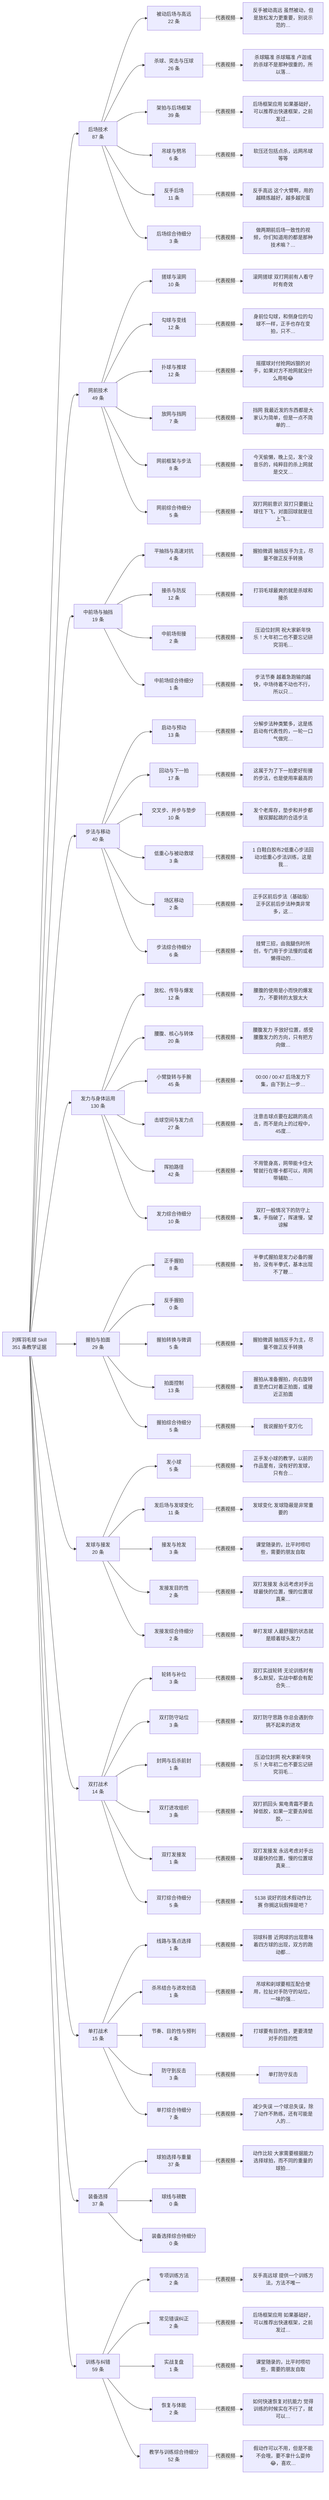
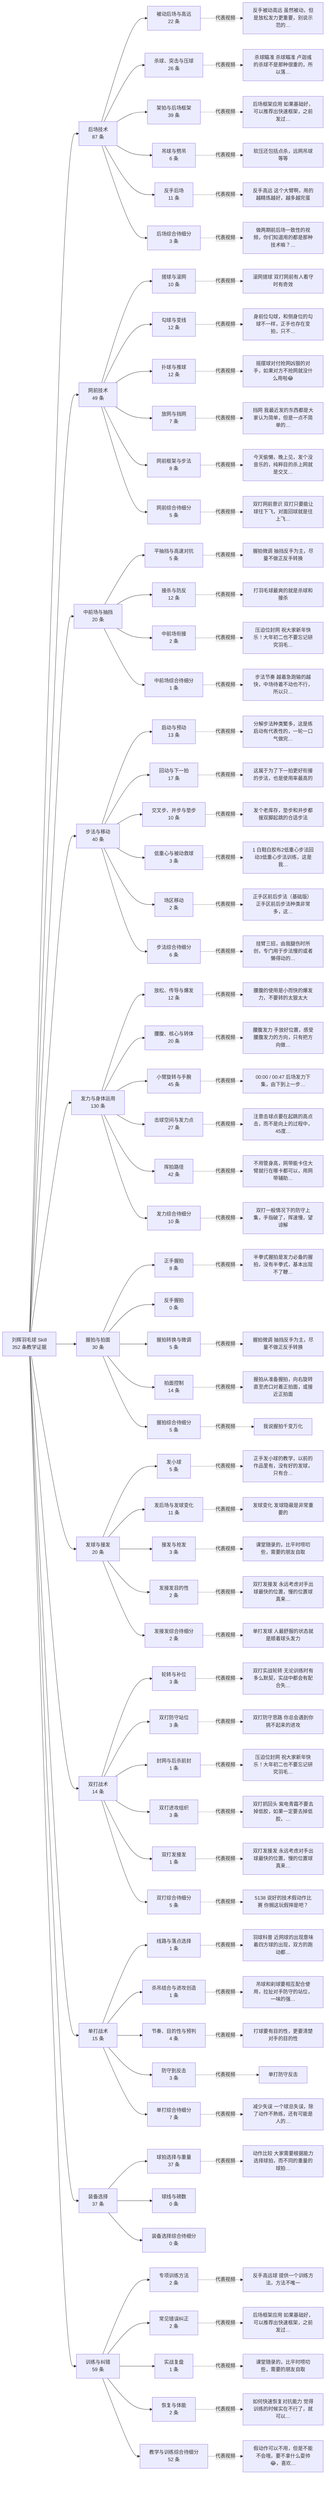
flowchart LR
-   root["刘辉羽毛球 Skill<br/>351 条教学证据"]
+   root["刘辉羽毛球 Skill<br/>352 条教学证据"]
  c0["后场技术<br/>87 条"]
  root --> c0
  s0_0["被动后场与高远<br/>22 条"]
  c0 --> s0_0
  v0_0["反手被动高远 虽然被动，但是放松发力更重要，别说示范的…"]
  s0_0 -.代表视频.-> v0_0
  s0_1["杀球、突击与压球<br/>26 条"]
  c0 --> s0_1
  v0_1["杀球瞄准 杀球瞄准 卢迦彧的杀球不是那种很重的，所以落…"]
  s0_1 -.代表视频.-> v0_1
  s0_2["架拍与后场框架<br/>39 条"]
  c0 --> s0_2
  v0_2["后场框架应用 如果基础好，可以推荐出快速框架，之前发过…"]
  s0_2 -.代表视频.-> v0_2
  s0_3["吊球与劈吊<br/>6 条"]
  c0 --> s0_3
  v0_3["软压还包括点杀，远网吊球等等"]
  s0_3 -.代表视频.-> v0_3
  s0_4["反手后场<br/>11 条"]
  c0 --> s0_4
  v0_4["反手高远 这个大臂啊，用的越精炼越好，越多越完蛋"]
  s0_4 -.代表视频.-> v0_4
  s0_5["后场综合待细分<br/>3 条"]
  c0 --> s0_5
  v0_5["做两期前后场一致性的视频，你们知道用的都是那种技术嘛？…"]
  s0_5 -.代表视频.-> v0_5
  c1["网前技术<br/>49 条"]
  root --> c1
  s1_0["搓球与滚网<br/>10 条"]
  c1 --> s1_0
  v1_0["滚网搓球 双打网前有人看守时有奇效"]
  s1_0 -.代表视频.-> v1_0
  s1_1["勾球与变线<br/>12 条"]
  c1 --> s1_1
  v1_1["身前位勾球，和侧身位的勾球不一样，正手也存在变拍，只不…"]
  s1_1 -.代表视频.-> v1_1
  s1_2["扑球与推球<br/>12 条"]
  c1 --> s1_2
  v1_2["摇摆球对付抢网凶狠的对手，如果对方不抢网就没什么用啦😂"]
  s1_2 -.代表视频.-> v1_2
  s1_3["放网与挡网<br/>7 条"]
  c1 --> s1_3
  v1_3["挡网 我最近发的东西都是大家认为简单，但是一点不简单的…"]
  s1_3 -.代表视频.-> v1_3
  s1_4["网前框架与步法<br/>8 条"]
  c1 --> s1_4
  v1_4["今天偷懒，晚上见，发个没音乐的，纯粹目的杀上网就是交叉…"]
  s1_4 -.代表视频.-> v1_4
  s1_5["网前综合待细分<br/>5 条"]
  c1 --> s1_5
  v1_5["双打网前意识 双打只要能让球往下飞，对面回球就是往上飞…"]
  s1_5 -.代表视频.-> v1_5
-   c2["中前场与抽挡<br/>19 条"]
+   c2["中前场与抽挡<br/>20 条"]
  root --> c2
-   s2_0["平抽挡与高速对抗<br/>4 条"]
+   s2_0["平抽挡与高速对抗<br/>5 条"]
  c2 --> s2_0
  v2_0["握拍微调 抽挡反手为主，尽量不做正反手转换"]
  s2_0 -.代表视频.-> v2_0
  s2_1["接杀与防反<br/>12 条"]
  c2 --> s2_1
  v2_1["打羽毛球最爽的就是杀球和接杀"]
  s2_1 -.代表视频.-> v2_1
  s2_2["中前场衔接<br/>2 条"]
  c2 --> s2_2
  v2_2["压迫位封网 祝大家新年快乐！大年初二也不要忘记研究羽毛…"]
  s2_2 -.代表视频.-> v2_2
  s2_3["中前场综合待细分<br/>1 条"]
  c2 --> s2_3
  v2_3["步法节奏 越着急跑输的越快，中场待着不动也不行，所以只…"]
  s2_3 -.代表视频.-> v2_3
  c3["步法与移动<br/>40 条"]
  root --> c3
  s3_0["启动与预动<br/>13 条"]
  c3 --> s3_0
  v3_0["分解步法种类繁多，这是练启动有代表性的，一轮一口气做完…"]
  s3_0 -.代表视频.-> v3_0
  s3_1["回动与下一拍<br/>17 条"]
  c3 --> s3_1
  v3_1["这属于为了下一拍更好衔接的步法，也是使用率最高的"]
  s3_1 -.代表视频.-> v3_1
  s3_2["交叉步、并步与垫步<br/>10 条"]
  c3 --> s3_2
  v3_2["发个老库存，垫步和并步都接双脚起跳的合适步法"]
  s3_2 -.代表视频.-> v3_2
  s3_3["低重心与被动救球<br/>3 条"]
  c3 --> s3_3
  v3_3["1 白鞋白胶布2低重心步法回动3低重心步法训练，这是我…"]
  s3_3 -.代表视频.-> v3_3
  s3_4["场区移动<br/>2 条"]
  c3 --> s3_4
  v3_4["正手区前后步法（基础版） 正手区前后步法种类非常多，这…"]
  s3_4 -.代表视频.-> v3_4
  s3_5["步法综合待细分<br/>6 条"]
  c3 --> s3_5
  v3_5["挂臂三招，由我腿伤时所创，专门用于步法慢的或者懒得动的…"]
  s3_5 -.代表视频.-> v3_5
  c4["发力与身体运用<br/>130 条"]
  root --> c4
  s4_0["放松、传导与爆发<br/>12 条"]
  c4 --> s4_0
  v4_0["腰腹的使用是小而快的爆发力，不要转的太狠太大"]
  s4_0 -.代表视频.-> v4_0
  s4_1["腰腹、核心与转体<br/>20 条"]
  c4 --> s4_1
  v4_1["腰腹发力 手放好位置，感受腰腹发力的方向，只有把方向做…"]
  s4_1 -.代表视频.-> v4_1
  s4_2["小臂旋转与手腕<br/>45 条"]
  c4 --> s4_2
  v4_2["00:00 / 00:47 后场发力下集，由下到上一步…"]
  s4_2 -.代表视频.-> v4_2
  s4_3["击球空间与发力点<br/>27 条"]
  c4 --> s4_3
  v4_3["注意击球点要在起跳的高点击，而不是向上的过程中，45度…"]
  s4_3 -.代表视频.-> v4_3
  s4_4["挥拍路径<br/>42 条"]
  c4 --> s4_4
  v4_4["不用管身高，网带能卡住大臂就行在哪卡都可以，用网带辅助…"]
  s4_4 -.代表视频.-> v4_4
  s4_5["发力综合待细分<br/>10 条"]
  c4 --> s4_5
  v4_5["双打一般情况下的防守上集，手指破了，挥速慢，望谅解"]
  s4_5 -.代表视频.-> v4_5
-   c5["握拍与拍面<br/>29 条"]
+   c5["握拍与拍面<br/>30 条"]
  root --> c5
  s5_0["正手握拍<br/>8 条"]
  c5 --> s5_0
  v5_0["半拳式握拍是发力必备的握拍，没有半拳式，基本出现不了鞭…"]
  s5_0 -.代表视频.-> v5_0
  s5_1["反手握拍<br/>0 条"]
  c5 --> s5_1
  s5_2["握拍转换与微调<br/>5 条"]
  c5 --> s5_2
  v5_2["握拍微调 抽挡反手为主，尽量不做正反手转换"]
  s5_2 -.代表视频.-> v5_2
-   s5_3["拍面控制<br/>13 条"]
+   s5_3["拍面控制<br/>14 条"]
  c5 --> s5_3
  v5_3["握拍从准备握拍，向右旋转直至虎口对着正拍面，或接近正拍面"]
  s5_3 -.代表视频.-> v5_3
  s5_4["握拍综合待细分<br/>5 条"]
  c5 --> s5_4
  v5_4["我说握拍千变万化"]
  s5_4 -.代表视频.-> v5_4
  c6["发球与接发<br/>20 条"]
  root --> c6
  s6_0["发小球<br/>5 条"]
  c6 --> s6_0
  v6_0["正手发小球的教学，以前的作品里有，没有好的发球，只有合…"]
  s6_0 -.代表视频.-> v6_0
  s6_1["发后场与发球变化<br/>11 条"]
  c6 --> s6_1
  v6_1["发球变化 发球隐蔽是非常重要的"]
  s6_1 -.代表视频.-> v6_1
  s6_2["接发与抢发<br/>3 条"]
  c6 --> s6_2
  v6_2["课堂随录的，比平时唠叨些，需要的朋友自取"]
  s6_2 -.代表视频.-> v6_2
  s6_3["发接发目的性<br/>2 条"]
  c6 --> s6_3
  v6_3["双打发接发 永远考虑对手出球最快的位置，慢的位置球真来…"]
  s6_3 -.代表视频.-> v6_3
  s6_4["发接发综合待细分<br/>2 条"]
  c6 --> s6_4
  v6_4["单打发球 人最舒服的状态就是顺着球头发力"]
  s6_4 -.代表视频.-> v6_4
  c7["双打战术<br/>14 条"]
  root --> c7
  s7_0["轮转与补位<br/>3 条"]
  c7 --> s7_0
  v7_0["双打实战轮转 无论训练时有多么默契，实战中都会有配合失…"]
  s7_0 -.代表视频.-> v7_0
  s7_1["双打防守站位<br/>3 条"]
  c7 --> s7_1
  v7_1["双打防守思路 你总会遇到你挑不起来的进攻"]
  s7_1 -.代表视频.-> v7_1
  s7_2["封网与后杀前封<br/>1 条"]
  c7 --> s7_2
  v7_2["压迫位封网 祝大家新年快乐！大年初二也不要忘记研究羽毛…"]
  s7_2 -.代表视频.-> v7_2
  s7_3["双打进攻组织<br/>3 条"]
  c7 --> s7_3
  v7_3["双打抓回头 紫电青霜不要去掉低胶，如果一定要去掉低胶，…"]
  s7_3 -.代表视频.-> v7_3
  s7_4["双打发接发<br/>1 条"]
  c7 --> s7_4
  v7_4["双打发接发 永远考虑对手出球最快的位置，慢的位置球真来…"]
  s7_4 -.代表视频.-> v7_4
  s7_5["双打综合待细分<br/>5 条"]
  c7 --> s7_5
  v7_5["5138 说好的技术假动作比赛 你搁这玩假摔是吧？"]
  s7_5 -.代表视频.-> v7_5
  c8["单打战术<br/>15 条"]
  root --> c8
  s8_0["线路与落点选择<br/>1 条"]
  c8 --> s8_0
  v8_0["羽球科普 近网球的出现意味着四方球的出现，双方的跑动都…"]
  s8_0 -.代表视频.-> v8_0
  s8_1["杀吊结合与进攻创造<br/>1 条"]
  c8 --> s8_1
  v8_1["吊球和刹球要相互配合使用，拉扯对手防守的站位，一味的强…"]
  s8_1 -.代表视频.-> v8_1
  s8_2["节奏、目的性与预判<br/>4 条"]
  c8 --> s8_2
  v8_2["打球要有目的性，更要清楚对手的目的性"]
  s8_2 -.代表视频.-> v8_2
  s8_3["防守到反击<br/>3 条"]
  c8 --> s8_3
  v8_3["单打防守反击"]
  s8_3 -.代表视频.-> v8_3
  s8_4["单打综合待细分<br/>7 条"]
  c8 --> s8_4
  v8_4["减少失误 一个球总失误，除了动作不熟练，还有可能是人的…"]
  s8_4 -.代表视频.-> v8_4
  c9["装备选择<br/>37 条"]
  root --> c9
  s9_0["球拍选择与重量<br/>37 条"]
  c9 --> s9_0
  v9_0["动作比较 大家需要根据能力选择球拍，而不同的重量的球拍…"]
  s9_0 -.代表视频.-> v9_0
  s9_1["球线与磅数<br/>0 条"]
  c9 --> s9_1
  s9_2["装备选择综合待细分<br/>0 条"]
  c9 --> s9_2
  c10["训练与纠错<br/>59 条"]
  root --> c10
  s10_0["专项训练方法<br/>2 条"]
  c10 --> s10_0
  v10_0["反手高远球 提供一个训练方法，方法不唯一"]
  s10_0 -.代表视频.-> v10_0
  s10_1["常见错误纠正<br/>2 条"]
  c10 --> s10_1
  v10_1["后场框架应用 如果基础好，可以推荐出快速框架，之前发过…"]
  s10_1 -.代表视频.-> v10_1
  s10_2["实战复盘<br/>1 条"]
  c10 --> s10_2
  v10_2["课堂随录的，比平时唠叨些，需要的朋友自取"]
  s10_2 -.代表视频.-> v10_2
  s10_3["恢复与体能<br/>2 条"]
  c10 --> s10_3
  v10_3["如何快速恢复对抗能力 觉得训练的时候实在不行了，就可以…"]
  s10_3 -.代表视频.-> v10_3
  s10_4["教学与训练综合待细分<br/>52 条"]
  c10 --> s10_4
  v10_4["假动作可以不用，但是不能不会哦，要不拿什么耍帅😂，喜欢…"]
  s10_4 -.代表视频.-> v10_4
